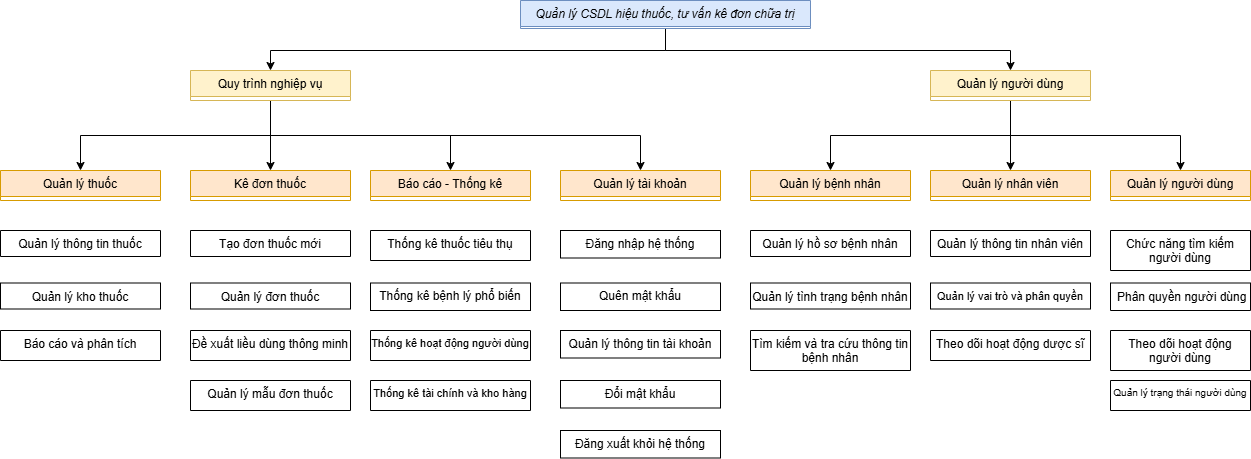
The draw.io diagram FHD.drawio.png in nguyentrung181/DA1, before a commit. Source tidied: cells renumbered, new cells last; positions are measured from the earlier drawing's top-left corner, leaving out a move shared by most shapes.
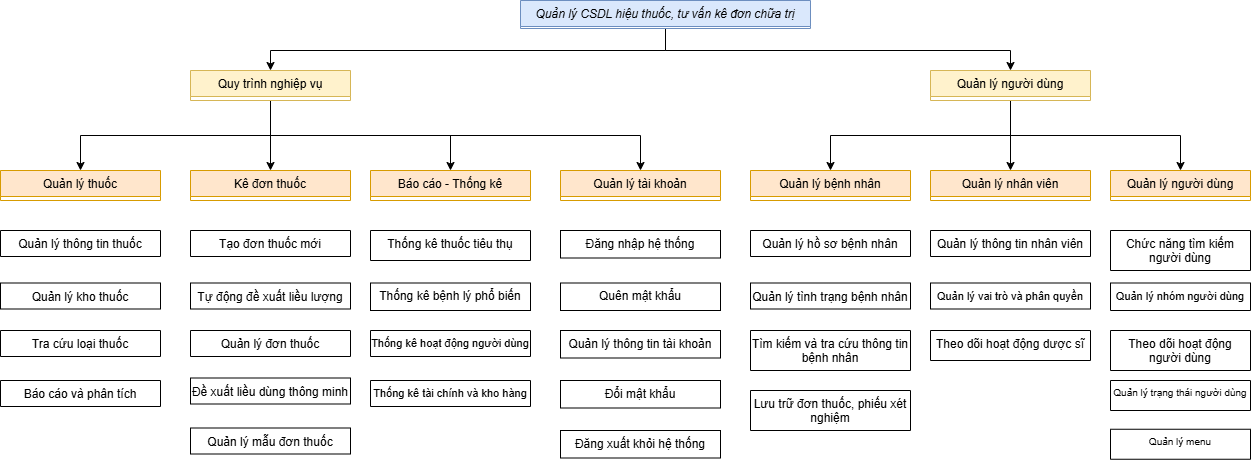
The same diagram one commit later.

What changed in the source:
```diff
@@ -48,8 +48,8 @@
     <mxCell id="13" value="Quản lý kho thuốc" style="swimlane;fontStyle=0;align=center;verticalAlign=top;horizontal=1;startSize=430;rounded=0;shadow=0;strokeWidth=1;whiteSpace=wrap;" parent="1" vertex="1" collapsed="1">
       <mxGeometry y="282.5" width="160" height="26" as="geometry" />
     </mxCell>
-    <mxCell id="14" value="Báo cáo và phân tích&#10;" style="swimlane;fontStyle=0;align=center;verticalAlign=top;horizontal=1;startSize=430;rounded=0;shadow=0;strokeWidth=1;whiteSpace=wrap;" parent="1" vertex="1">
-      <mxGeometry y="330" width="160" height="30" as="geometry" />
+    <mxCell id="14" value="Tra cứu loại thuốc" style="swimlane;fontStyle=0;align=center;verticalAlign=top;horizontal=1;startSize=430;rounded=0;shadow=0;strokeWidth=1;whiteSpace=wrap;" parent="1" vertex="1" collapsed="1">
+      <mxGeometry y="330" width="160" height="26" as="geometry" />
     </mxCell>
     <mxCell id="15" value="Quản lý tình trạng bệnh nhân&#10;" style="swimlane;fontStyle=0;align=center;verticalAlign=top;horizontal=1;startSize=430;rounded=0;shadow=0;strokeWidth=1;whiteSpace=wrap;" parent="1" vertex="1" collapsed="1">
       <mxGeometry x="750" y="282.5" width="160" height="26" as="geometry" />
@@ -73,22 +73,22 @@
       <mxGeometry x="190" y="230" width="160" height="26" as="geometry" />
     </mxCell>
     <mxCell id="22" value="Quản lý đơn thuốc&#10;" style="swimlane;fontStyle=0;align=center;verticalAlign=top;horizontal=1;startSize=430;rounded=0;shadow=0;strokeWidth=1;whiteSpace=wrap;" parent="1" vertex="1" collapsed="1">
-      <mxGeometry x="190" y="282.5" width="160" height="26" as="geometry" />
+      <mxGeometry x="190" y="330" width="160" height="26" as="geometry" />
     </mxCell>
-    <mxCell id="23" value="Đề xuất liều dùng thông minh&#10;" style="swimlane;fontStyle=0;align=center;verticalAlign=top;horizontal=1;startSize=430;rounded=0;shadow=0;strokeWidth=1;whiteSpace=wrap;" parent="1" vertex="1">
-      <mxGeometry x="190" y="330" width="160" height="30" as="geometry" />
+    <mxCell id="23" value="Đề xuất liều dùng thông minh&#10;" style="swimlane;fontStyle=0;align=center;verticalAlign=top;horizontal=1;startSize=430;rounded=0;shadow=0;strokeWidth=1;whiteSpace=wrap;" parent="1" vertex="1" collapsed="1">
+      <mxGeometry x="190" y="377.5" width="160" height="26" as="geometry" />
     </mxCell>
-    <mxCell id="24" value="Quản lý mẫu đơn thuốc&#10;" style="swimlane;fontStyle=0;align=center;verticalAlign=top;horizontal=1;startSize=430;rounded=0;shadow=0;strokeWidth=1;whiteSpace=wrap;" parent="1" vertex="1">
-      <mxGeometry x="190" y="380" width="160" height="30" as="geometry" />
+    <mxCell id="24" value="Quản lý mẫu đơn thuốc&#10;" style="swimlane;fontStyle=0;align=center;verticalAlign=top;horizontal=1;startSize=430;rounded=0;shadow=0;strokeWidth=1;whiteSpace=wrap;" parent="1" vertex="1" collapsed="1">
+      <mxGeometry x="190" y="427.5" width="160" height="26" as="geometry" />
     </mxCell>
     <mxCell id="25" value="Thống kê thuốc tiêu thụ&#10;" style="swimlane;fontStyle=0;align=center;verticalAlign=top;horizontal=1;startSize=430;rounded=0;shadow=0;strokeWidth=1;whiteSpace=wrap;" parent="1" vertex="1">
       <mxGeometry x="370" y="230" width="160" height="30" as="geometry" />
     </mxCell>
-    <mxCell id="26" value="Thống kê tài chính và kho hàng" style="swimlane;fontStyle=0;align=center;verticalAlign=top;horizontal=1;startSize=430;rounded=0;shadow=0;strokeWidth=1;whiteSpace=wrap;fontSize=11;" parent="1" vertex="1">
-      <mxGeometry x="370" y="380" width="160" height="30" as="geometry" />
+    <mxCell id="26" value="Thống kê tài chính và kho hàng" style="swimlane;fontStyle=0;align=center;verticalAlign=top;horizontal=1;startSize=430;rounded=0;shadow=0;strokeWidth=1;whiteSpace=wrap;fontSize=11;" parent="1" vertex="1" collapsed="1">
+      <mxGeometry x="370" y="380" width="160" height="26" as="geometry" />
     </mxCell>
-    <mxCell id="27" value="Thống kê hoạt động người dùng&#10;" style="swimlane;fontStyle=0;align=center;verticalAlign=top;horizontal=1;startSize=430;rounded=0;shadow=0;strokeWidth=1;whiteSpace=wrap;fontSize=11;" parent="1" vertex="1">
-      <mxGeometry x="370" y="330" width="160" height="30" as="geometry" />
+    <mxCell id="27" value="Thống kê hoạt động người dùng&#10;" style="swimlane;fontStyle=0;align=center;verticalAlign=top;horizontal=1;startSize=430;rounded=0;shadow=0;strokeWidth=1;whiteSpace=wrap;fontSize=11;" parent="1" vertex="1" collapsed="1">
+      <mxGeometry x="370" y="330" width="160" height="26" as="geometry" />
     </mxCell>
     <mxCell id="28" value="&lt;span style=&quot;&quot;&gt;Thống kê bệnh lý phổ biến&lt;/span&gt;&lt;br style=&quot;padding: 0px; margin: 0px;&quot;&gt;" style="rounded=0;whiteSpace=wrap;html=1;align=center;" parent="1" vertex="1">
       <mxGeometry x="370" y="282.5" width="160" height="27.5" as="geometry" />
@@ -96,7 +96,7 @@
     <mxCell id="29" value="Chức năng tìm kiếm người dùng&#10;" style="swimlane;fontStyle=0;align=center;verticalAlign=top;horizontal=1;startSize=430;rounded=0;shadow=0;strokeWidth=1;whiteSpace=wrap;" parent="1" vertex="1">
       <mxGeometry x="1110" y="230" width="140" height="40" as="geometry" />
     </mxCell>
-    <mxCell id="30" value=" Phân quyền người dùng&#10;" style="swimlane;fontStyle=0;align=center;verticalAlign=top;horizontal=1;startSize=430;rounded=0;shadow=0;strokeWidth=1;whiteSpace=wrap;" parent="1" vertex="1">
+    <mxCell id="30" value="Quản lý nhóm người dùng&#10;" style="swimlane;fontStyle=0;align=center;verticalAlign=top;horizontal=1;startSize=430;rounded=0;shadow=0;strokeWidth=1;whiteSpace=wrap;fontSize=11;" parent="1" vertex="1">
       <mxGeometry x="1110" y="282.5" width="140" height="27.5" as="geometry" />
     </mxCell>
     <mxCell id="31" value="Theo dõi hoạt động người dùng&#10;" style="swimlane;fontStyle=0;align=center;verticalAlign=top;horizontal=1;startSize=430;rounded=0;shadow=0;strokeWidth=1;whiteSpace=wrap;" parent="1" vertex="1">
@@ -147,5 +147,17 @@
     <mxCell id="46" value="Quy trình nghiệp vụ" style="swimlane;fontStyle=0;align=center;verticalAlign=top;horizontal=1;startSize=26;rounded=0;shadow=0;strokeWidth=1;fillColor=#fff2cc;strokeColor=#d6b656;" parent="1" vertex="1">
       <mxGeometry x="190" y="70" width="160" height="30" as="geometry" />
     </mxCell>
+    <mxCell id="47" value="Báo cáo và phân tích&#10;" style="swimlane;fontStyle=0;align=center;verticalAlign=top;horizontal=1;startSize=30;rounded=0;shadow=0;strokeWidth=1;whiteSpace=wrap;" parent="1" vertex="1" collapsed="1">
+      <mxGeometry y="380" width="160" height="26" as="geometry" />
+    </mxCell>
+    <mxCell id="48" value="Tự động đề xuất liều lượng" style="swimlane;fontStyle=0;align=center;verticalAlign=top;horizontal=1;startSize=430;rounded=0;shadow=0;strokeWidth=1;whiteSpace=wrap;" parent="1" vertex="1" collapsed="1">
+      <mxGeometry x="190" y="282.5" width="160" height="26" as="geometry" />
+    </mxCell>
+    <mxCell id="49" value="Quản lý menu" style="swimlane;fontStyle=0;align=center;verticalAlign=top;horizontal=1;startSize=430;rounded=0;shadow=0;strokeWidth=1;whiteSpace=wrap;fontSize=10;" parent="1" vertex="1">
+      <mxGeometry x="1110" y="428.8" width="140" height="30" as="geometry" />
+    </mxCell>
+    <mxCell id="50" value="Lưu trữ đơn thuốc, phiếu xét nghiệm" style="swimlane;fontStyle=0;align=center;verticalAlign=top;horizontal=1;startSize=430;rounded=0;shadow=0;strokeWidth=1;whiteSpace=wrap;fontSize=12;" parent="1" vertex="1">
+      <mxGeometry x="750" y="390" width="160" height="40" as="geometry" />
+    </mxCell>
   </root>
 </mxGraphModel>
```
